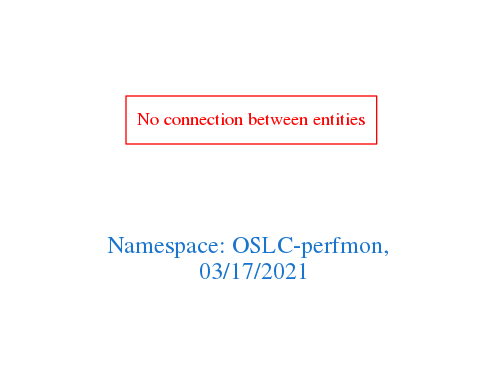
The Graphviz diagram downloads/OSLC-perfmon.png in arago/OGIT, before a commit. Its source is kept beside it as downloads/OSLC-perfmon.dot.
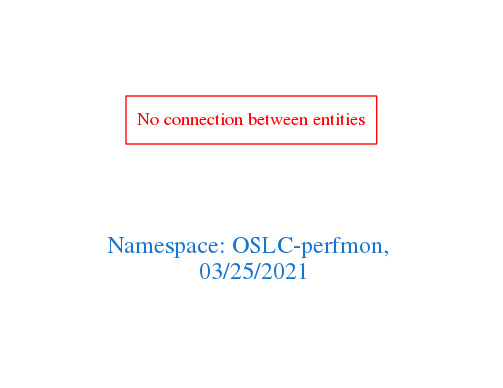
After the change.

Change to the diagram source:
```diff
@@ -1,7 +1,7 @@
 digraph OGIT_ontology {
  graph [ rankdir= LR,pad=1
 fontsize = 18,
-fontcolor= dodgerblue3,label = "\n\n\nNamespace: OSLC-perfmon, \n 03/17/2021"];
+fontcolor= dodgerblue3,label = "\n\n\nNamespace: OSLC-perfmon, \n 03/25/2021"];
 node[shape=polygon];
 edge [  color="gray81"];
 
```
